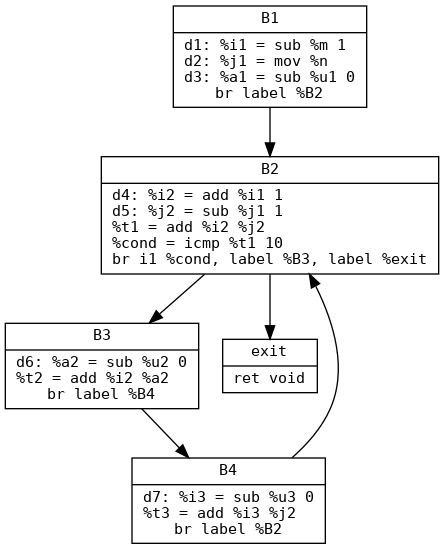
The Graphviz diagram cfg.png in terriyu88-maker/reaching-defs, before a commit. Its source is kept beside it as cfg.dot.
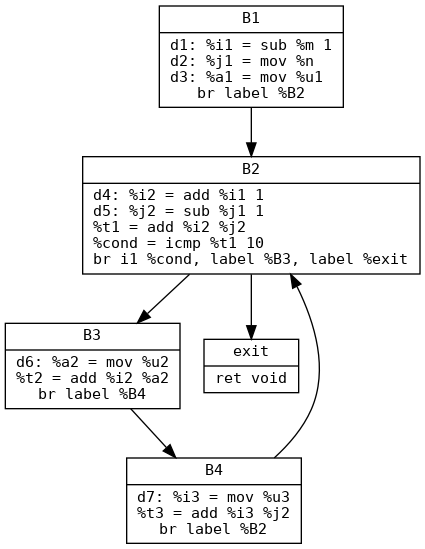
After the commit.

The edit, as a diff of the source:
```diff
@@ -3,10 +3,10 @@
   node [shape=record, fontname="Consolas", fontsize=11];
   edge [fontname="Consolas", fontsize=9];
 
-  "B1" [label="{B1 | d1: %i1 = sub %m 1\ld2: %j1 = mov %n\ld3: %a1 = sub %u1 0\lbr label %B2}"];
+  "B1" [label="{B1 | d1: %i1 = sub %m 1\ld2: %j1 = mov %n\ld3: %a1 = mov %u1\lbr label %B2}"];
   "B2" [label="{B2 | d4: %i2 = add %i1 1\ld5: %j2 = sub %j1 1\l%t1 = add %i2 %j2\l%cond = icmp %t1 10\lbr i1 %cond, label %B3, label %exit}"];
-  "B3" [label="{B3 | d6: %a2 = sub %u2 0\l%t2 = add %i2 %a2\lbr label %B4}"];
-  "B4" [label="{B4 | d7: %i3 = sub %u3 0\l%t3 = add %i3 %j2\lbr label %B2}"];
+  "B3" [label="{B3 | d6: %a2 = mov %u2\l%t2 = add %i2 %a2\lbr label %B4}"];
+  "B4" [label="{B4 | d7: %i3 = mov %u3\l%t3 = add %i3 %j2\lbr label %B2}"];
   "exit" [label="{exit | ret void\l}"];
 
   "B1" -> "B2";
```
